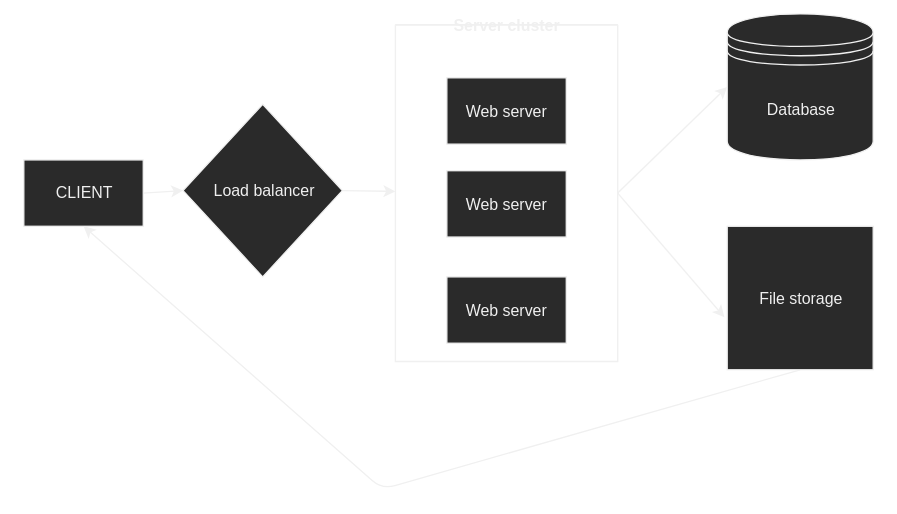
This is static/blog/img/design.svg from grevyarlesp/homepage, a draw.io export, as it was before one commit. Source tidied: cells renumbered, new cells last; positions are measured from the earlier drawing's top-left corner, leaving out a move shared by most shapes.
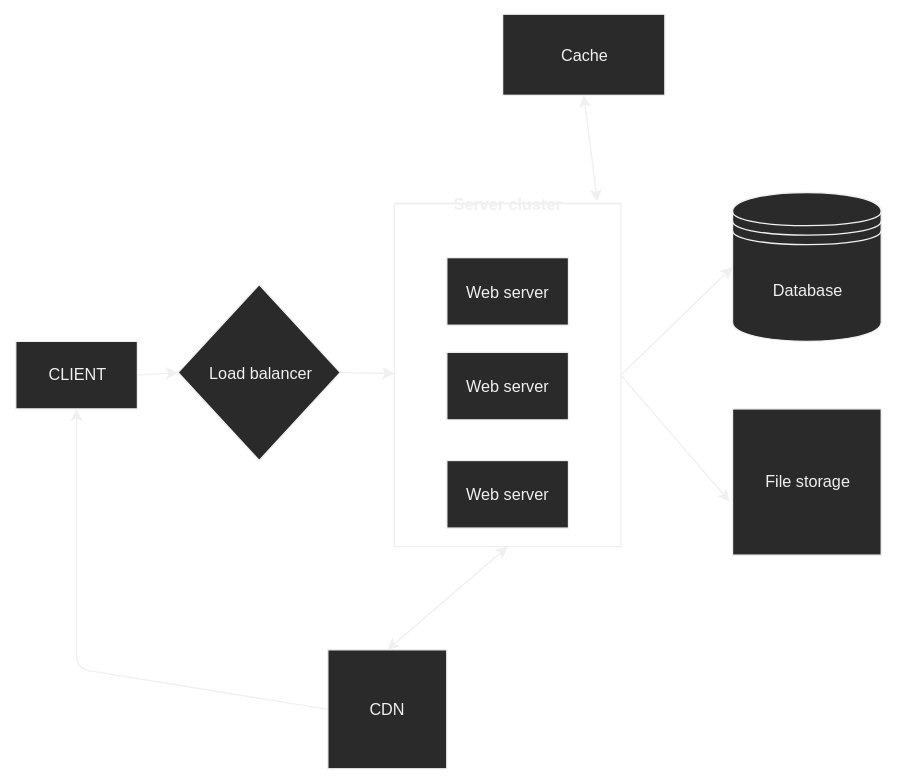
After the commit.

The edit, as a diff of the source:
```diff
@@ -11,13 +11,6 @@
     <mxCell id="4" value="Database&lt;br&gt;" style="shape=datastore;whiteSpace=wrap;html=1;" parent="1" vertex="1">
       <mxGeometry x="530" y="-0.1" width="110" height="110" as="geometry" />
     </mxCell>
-    <mxCell id="5" style="edgeStyle=none;html=1;exitX=0.5;exitY=1;exitDx=0;exitDy=0;entryX=0.5;entryY=1;entryDx=0;entryDy=0;" parent="1" edge="1" source="6" target="3">
-      <mxGeometry relative="1" as="geometry">
-        <Array as="points">
-          <mxPoint x="270" y="358" />
-        </Array>
-      </mxGeometry>
-    </mxCell>
     <mxCell id="6" value="File storage" style="rounded=0;whiteSpace=wrap;html=1;" parent="1" vertex="1">
       <mxGeometry x="530" y="159.9" width="110" height="108.1" as="geometry" />
     </mxCell>
@@ -48,5 +41,24 @@
     <mxCell id="15" value="Server cluster" style="swimlane;startSize=0;shadow=0;" parent="1" vertex="1">
       <mxGeometry x="280" y="8" width="167.5" height="253.8" as="geometry" />
     </mxCell>
+    <mxCell id="16" style="edgeStyle=none;html=1;exitX=0;exitY=0.5;exitDx=0;exitDy=0;entryX=0.5;entryY=1;entryDx=0;entryDy=0;" parent="1" edge="1" source="5" target="3">
+      <mxGeometry relative="1" as="geometry">
+        <Array as="points">
+          <mxPoint x="45" y="352" />
+        </Array>
+      </mxGeometry>
+    </mxCell>
+    <mxCell id="5" value="CDN" style="whiteSpace=wrap;html=1;" parent="1" vertex="1">
+      <mxGeometry x="230.8" y="338" width="88" height="88" as="geometry" />
+    </mxCell>
+    <mxCell id="17" style="endArrow=classic;startArrow=classic;html=1;exitX=0.5;exitY=0;exitDx=0;exitDy=0;entryX=0.5;entryY=1;entryDx=0;entryDy=0;" parent="1" edge="1" source="5" target="15">
+      <mxGeometry relative="1" as="geometry" />
+    </mxCell>
+    <mxCell id="18" style="endArrow=classic;startArrow=classic;html=1;exitX=0.896;exitY=-0.006;exitDx=0;exitDy=0;exitPerimeter=0;entryX=0.5;entryY=1;entryDx=0;entryDy=0;" parent="1" edge="1" source="15" target="19">
+      <mxGeometry relative="1" as="geometry" />
+    </mxCell>
+    <mxCell id="19" value="Cache" style="rounded=0;whiteSpace=wrap;html=1;" parent="1" vertex="1">
+      <mxGeometry x="360" y="-132" width="120" height="60" as="geometry" />
+    </mxCell>
   </root>
 </mxGraphModel>
```
